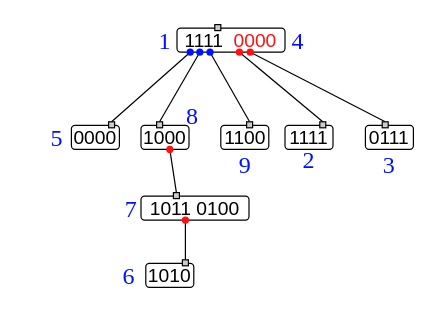
This is Trees/PRRtree/PrefOpp/LC2.5.drawio from Al-ttaeeA/research, a draw.io file, before an edit. Source tidied: cells renumbered, new cells numbered last; positions are measured from the earlier drawing's top-left corner, leaving out a move shared by most shapes. Both pictures are drawn from the tidied source at 120%, with x=0, y=0 at pixel (20, 22).
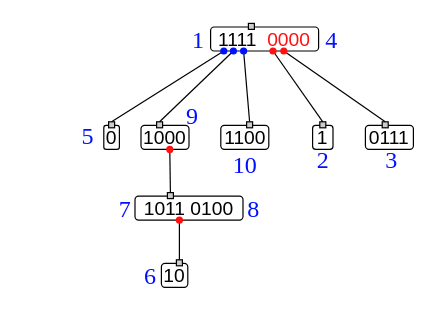
After the change.

Change to the diagram source:
```diff
@@
-    <mxCell id="9" value="&lt;font style=&quot;font-size: 16px;&quot;&gt;1010&lt;/font&gt;" style="rounded=1;whiteSpace=wrap;html=1;" parent="1" vertex="1">
-      <mxGeometry x="104" y="201" width="40" height="20" as="geometry" />
+    <mxCell id="9" value="&lt;font style=&quot;font-size: 16px;&quot;&gt;10&lt;/font&gt;" style="rounded=1;whiteSpace=wrap;html=1;" parent="1" vertex="1">
+      <mxGeometry x="117" y="201" width="22" height="20" as="geometry" />
     </mxCell>
     <mxCell id="10" value="&lt;font style=&quot;font-size: 16px;&quot;&gt;1011 0100&lt;/font&gt;" style="rounded=1;whiteSpace=wrap;html=1;" parent="1" vertex="1">
-      <mxGeometry x="100" y="145" width="90" height="20" as="geometry" />
+      <mxGeometry x="95" y="145" width="90" height="20" as="geometry" />
     </mxCell>
-    <mxCell id="11" value="&lt;font style=&quot;font-size: 16px;&quot;&gt;1111&lt;/font&gt;" style="rounded=1;whiteSpace=wrap;html=1;" parent="1" vertex="1">
-      <mxGeometry x="220" y="86" width="40" height="20" as="geometry" />
+    <mxCell id="11" value="&lt;font style=&quot;font-size: 16px;&quot;&gt;1&lt;/font&gt;" style="rounded=1;whiteSpace=wrap;html=1;" parent="1" vertex="1">
+      <mxGeometry x="243" y="86" width="17" height="20" as="geometry" />
     </mxCell>
@@
     <mxCell id="15" value="&lt;font style=&quot;font-size: 16px;&quot;&gt;1111&amp;nbsp; &lt;font style=&quot;color: rgb(255, 17, 17);&quot;&gt;0000&lt;/font&gt;&lt;/font&gt;" style="rounded=1;whiteSpace=wrap;html=1;" parent="1" vertex="1">
-      <mxGeometry x="130" y="5" width="90" height="20" as="geometry" />
+      <mxGeometry x="158" y="4" width="90" height="20" as="geometry" />
     </mxCell>
-    <mxCell id="16" value="&lt;font style=&quot;font-size: 16px;&quot;&gt;0000&lt;/font&gt;" style="rounded=1;whiteSpace=wrap;html=1;" parent="1" vertex="1">
-      <mxGeometry x="42" y="86" width="40" height="20" as="geometry" />
+    <mxCell id="16" value="&lt;font style=&quot;font-size: 16px;&quot;&gt;0&lt;/font&gt;" style="rounded=1;whiteSpace=wrap;html=1;" parent="1" vertex="1">
+      <mxGeometry x="69" y="86" width="13" height="20" as="geometry" />
     </mxCell>
     <mxCell id="17" value="&lt;font style=&quot;color: rgb(0, 17, 255); font-size: 20px;&quot; face=&quot;Times New Roman&quot;&gt;1&lt;/font&gt;" style="text;html=1;whiteSpace=wrap;strokeColor=none;fillColor=none;align=center;verticalAlign=middle;rounded=0;" parent="1" vertex="1">
-      <mxGeometry x="90" width="60" height="30" as="geometry" />
+      <mxGeometry x="118" y="-1" width="60" height="30" as="geometry" />
     </mxCell>
     <mxCell id="18" style="rounded=0;whiteSpace=wrap;html=1;fillColor=#CCCCCC;" parent="1" vertex="1">
-      <mxGeometry x="161.5" y="2" width="5" height="5" as="geometry" />
+      <mxGeometry x="189.5" y="1" width="5" height="5" as="geometry" />
     </mxCell>
     <mxCell id="19" style="shape=waypoint;sketch=0;fillStyle=solid;size=6;points=[];fillColor=none;perimeter=centerPerimeter;snapToPoint=1;strokeColor=#0011FF;" parent="1" vertex="1">
-      <mxGeometry x="131" y="15" width="20" height="20" as="geometry" />
+      <mxGeometry x="159" y="14" width="20" height="20" as="geometry" />
     </mxCell>
@@
     <mxCell id="21" style="shape=waypoint;sketch=0;fillStyle=solid;size=6;points=[];fillColor=none;perimeter=centerPerimeter;snapToPoint=1;strokeColor=#FF1111;" parent="1" vertex="1">
-      <mxGeometry x="172" y="15" width="20" height="20" as="geometry" />
+      <mxGeometry x="200" y="14" width="20" height="20" as="geometry" />
     </mxCell>
@@
     <mxCell id="23" style="shape=waypoint;sketch=0;fillStyle=solid;size=6;points=[];fillColor=none;perimeter=centerPerimeter;snapToPoint=1;strokeColor=#0011FF;" parent="1" vertex="1">
-      <mxGeometry x="139" y="15" width="20" height="20" as="geometry" />
+      <mxGeometry x="167" y="14" width="20" height="20" as="geometry" />
     </mxCell>
     <mxCell id="24" style="shape=waypoint;sketch=0;fillStyle=solid;size=6;points=[];fillColor=none;perimeter=centerPerimeter;snapToPoint=1;strokeColor=#0011FF;" parent="1" vertex="1">
-      <mxGeometry x="147.5" y="15" width="20" height="20" as="geometry" />
+      <mxGeometry x="175.5" y="14" width="20" height="20" as="geometry" />
     </mxCell>
@@
     <mxCell id="27" style="shape=waypoint;sketch=0;fillStyle=solid;size=6;points=[];fillColor=none;perimeter=centerPerimeter;snapToPoint=1;strokeColor=#FF1111;" parent="1" vertex="1">
-      <mxGeometry x="181" y="15" width="20" height="20" as="geometry" />
+      <mxGeometry x="209" y="14" width="20" height="20" as="geometry" />
     </mxCell>
@@
     <mxCell id="30" style="rounded=0;whiteSpace=wrap;html=1;fillColor=#CCCCCC;" parent="1" vertex="1">
-      <mxGeometry x="127" y="142" width="5" height="5" as="geometry" />
+      <mxGeometry x="122" y="142" width="5" height="5" as="geometry" />
     </mxCell>
     <mxCell id="31" style="shape=waypoint;sketch=0;fillStyle=solid;size=6;points=[];fillColor=none;perimeter=centerPerimeter;snapToPoint=1;strokeColor=#FF1111;" parent="1" vertex="1">
-      <mxGeometry x="127" y="155" width="20" height="20" as="geometry" />
+      <mxGeometry x="122" y="155" width="20" height="20" as="geometry" />
     </mxCell>
     <mxCell id="32" style="rounded=0;whiteSpace=wrap;html=1;fillColor=#CCCCCC;" parent="1" vertex="1">
-      <mxGeometry x="134.5" y="198" width="5" height="5" as="geometry" />
+      <mxGeometry x="129.5" y="198" width="5" height="5" as="geometry" />
     </mxCell>
     <mxCell id="33" value="&lt;font color=&quot;#0011ff&quot; face=&quot;Times New Roman&quot;&gt;&lt;span style=&quot;font-size: 20px;&quot;&gt;2&lt;/span&gt;&lt;/font&gt;" style="text;html=1;whiteSpace=wrap;strokeColor=none;fillColor=none;align=center;verticalAlign=middle;rounded=0;" parent="1" vertex="1">
-      <mxGeometry x="210" y="99" width="60" height="30" as="geometry" />
+      <mxGeometry x="221.5" y="99" width="60" height="30" as="geometry" />
     </mxCell>
     <mxCell id="34" value="&lt;font style=&quot;color: rgb(0, 17, 255); font-size: 20px;&quot; face=&quot;Times New Roman&quot;&gt;4&lt;/font&gt;" style="text;html=1;whiteSpace=wrap;strokeColor=none;fillColor=none;align=center;verticalAlign=middle;rounded=0;" parent="1" vertex="1">
-      <mxGeometry x="201" width="60" height="30" as="geometry" />
+      <mxGeometry x="229" y="-1" width="60" height="30" as="geometry" />
     </mxCell>
     <mxCell id="35" value="&lt;font style=&quot;color: rgb(0, 17, 255); font-size: 20px;&quot; face=&quot;Times New Roman&quot;&gt;5&lt;/font&gt;" style="text;html=1;whiteSpace=wrap;strokeColor=none;fillColor=none;align=center;verticalAlign=middle;rounded=0;" parent="1" vertex="1">
-      <mxGeometry y="81" width="60" height="30" as="geometry" />
+      <mxGeometry x="26" y="79" width="60" height="30" as="geometry" />
     </mxCell>
     <mxCell id="36" value="&lt;font style=&quot;color: rgb(0, 17, 255); font-size: 20px;&quot; face=&quot;Times New Roman&quot;&gt;6&lt;/font&gt;" style="text;html=1;whiteSpace=wrap;strokeColor=none;fillColor=none;align=center;verticalAlign=middle;rounded=0;" parent="1" vertex="1">
-      <mxGeometry x="60" y="196" width="60" height="30" as="geometry" />
+      <mxGeometry x="78" y="196" width="60" height="30" as="geometry" />
     </mxCell>
     <mxCell id="37" value="&lt;font style=&quot;color: rgb(0, 17, 255); font-size: 20px;&quot; face=&quot;Times New Roman&quot;&gt;7&lt;/font&gt;" style="text;html=1;whiteSpace=wrap;strokeColor=none;fillColor=none;align=center;verticalAlign=middle;rounded=0;" parent="1" vertex="1">
-      <mxGeometry x="62" y="140" width="60" height="30" as="geometry" />
+      <mxGeometry x="57" y="140" width="60" height="30" as="geometry" />
     </mxCell>
-    <mxCell id="38" value="&lt;font style=&quot;color: rgb(0, 17, 255); font-size: 20px;&quot; face=&quot;Times New Roman&quot;&gt;8&lt;/font&gt;" style="text;html=1;whiteSpace=wrap;strokeColor=none;fillColor=none;align=center;verticalAlign=middle;rounded=0;" parent="1" vertex="1">
+    <mxCell id="38" value="&lt;font style=&quot;color: rgb(0, 17, 255); font-size: 20px;&quot; face=&quot;Times New Roman&quot;&gt;9&lt;/font&gt;" style="text;html=1;whiteSpace=wrap;strokeColor=none;fillColor=none;align=center;verticalAlign=middle;rounded=0;" parent="1" vertex="1">
       <mxGeometry x="113" y="62" width="60" height="30" as="geometry" />
     </mxCell>
-    <mxCell id="39" value="&lt;font style=&quot;color: rgb(0, 17, 255); font-size: 20px;&quot; face=&quot;Times New Roman&quot;&gt;9&lt;/font&gt;" style="text;html=1;whiteSpace=wrap;strokeColor=none;fillColor=none;align=center;verticalAlign=middle;rounded=0;" parent="1" vertex="1">
+    <mxCell id="39" value="&lt;font style=&quot;color: rgb(0, 17, 255); font-size: 20px;&quot; face=&quot;Times New Roman&quot;&gt;10&lt;/font&gt;" style="text;html=1;whiteSpace=wrap;strokeColor=none;fillColor=none;align=center;verticalAlign=middle;rounded=0;" parent="1" vertex="1">
       <mxGeometry x="156.5" y="103" width="60" height="30" as="geometry" />
     </mxCell>
     <mxCell id="40" value="&lt;font style=&quot;color: rgb(0, 17, 255); font-size: 20px;&quot; face=&quot;Times New Roman&quot;&gt;3&lt;/font&gt;" style="text;html=1;whiteSpace=wrap;strokeColor=none;fillColor=none;align=center;verticalAlign=middle;rounded=0;" parent="1" vertex="1">
-      <mxGeometry x="277" y="103" width="60" height="30" as="geometry" />
+      <mxGeometry x="279" y="99" width="60" height="30" as="geometry" />
     </mxCell>
+    <mxCell id="41" value="&lt;font style=&quot;color: rgb(0, 17, 255); font-size: 20px;&quot; face=&quot;Times New Roman&quot;&gt;8&lt;/font&gt;" style="text;html=1;whiteSpace=wrap;strokeColor=none;fillColor=none;align=center;verticalAlign=middle;rounded=0;" parent="1" vertex="1">
+      <mxGeometry x="164" y="140" width="60" height="30" as="geometry" />
+    </mxCell>
```
